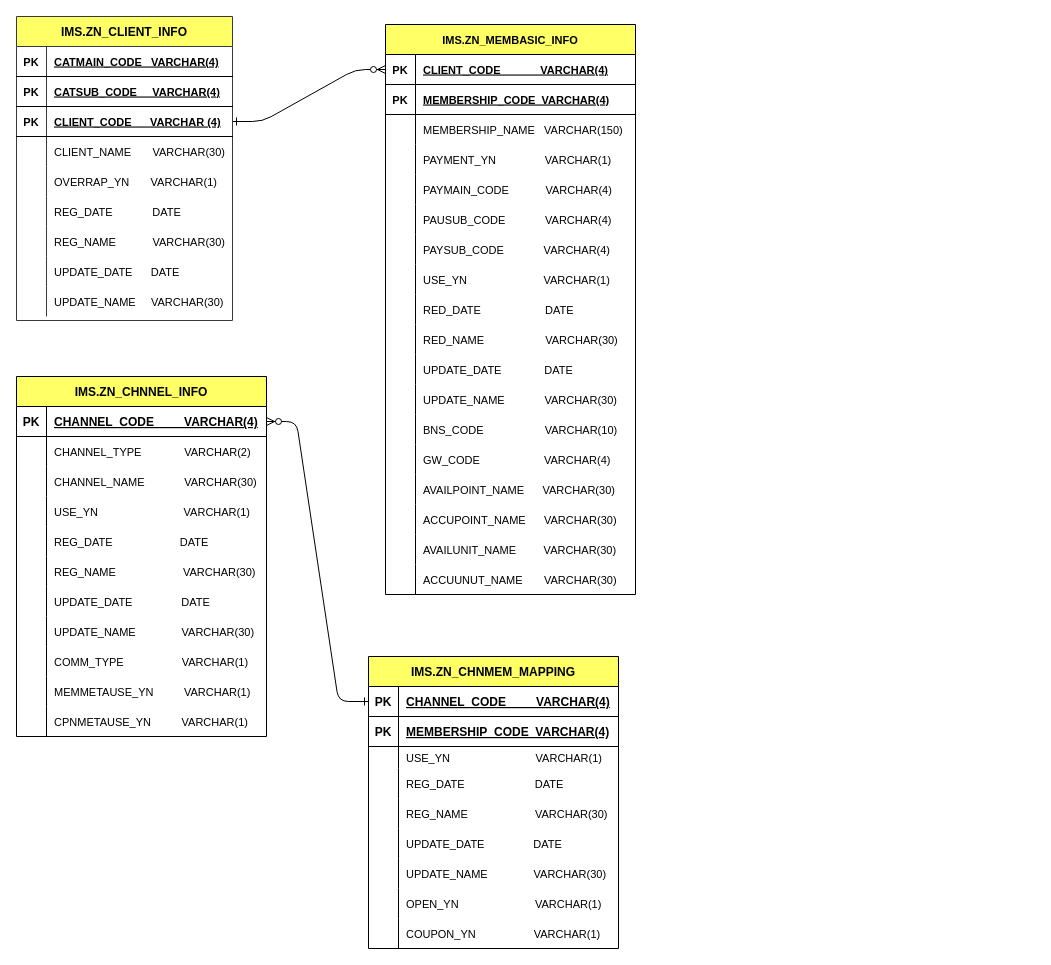
qksl22/Java keeps this draw.io diagram as Untitled Diagram.drawio. Above is the earlier version. Source tidied: cells renumbered, new cells numbered last; positions are measured from the earlier drawing's top-left corner, leaving out a move shared by most shapes. Both pictures are drawn from the tidied source at 100%, with x=0, y=0 at pixel (16, 16).
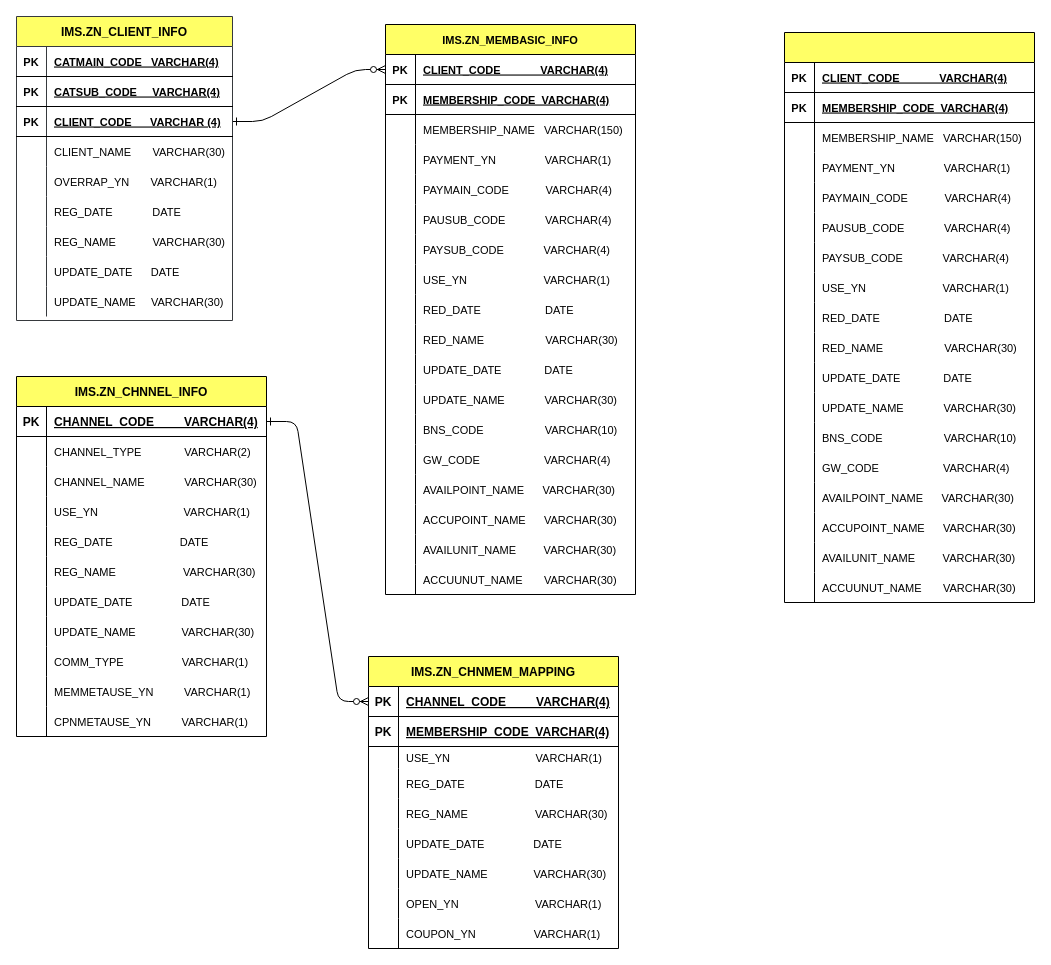
The same page after the edit.

The change refers to these unchanged cells:
```xml
<mxCell id="88" style="shape=partialRectangle;fillColor=none;points=[[0,0.5],[1,0.5]];portConstraint=eastwest;top=0;left=0;right=0;bottom=1;" parent="87" vertex="1">
  <mxGeometry y="30" width="250" height="30" as="geometry" />
</mxCell>
<mxCell id="116" style="shape=partialRectangle;fillColor=none;points=[[0,0.5],[1,0.5]];portConstraint=eastwest;top=0;left=0;right=0;bottom=1;" parent="115" vertex="1">
  <mxGeometry y="30" width="250" height="30" as="geometry" />
</mxCell>
```

Diff of the diagram source:
```diff
@@
-    <mxCell id="2" style="edgeStyle=entityRelationEdgeStyle;endArrow=ERzeroToMany;startArrow=ERone;endFill=1;startFill=0;fontSize=11;exitX=0;exitY=0.5;exitDx=0;exitDy=0;entryX=1;entryY=0.5;entryDx=0;entryDy=0;" parent="1" edge="1" source="88" target="116">
-      <mxGeometry relative="1" as="geometry" />
-    </mxCell>
@@
+    <mxCell id="149" style="shape=table;startSize=30;childLayout=tableLayout;rowLines=0;fontStyle=1;align=center;fontSize=11;fillColor=#FFFF66;" parent="1" vertex="1">
+      <mxGeometry x="768" y="16" width="250" height="570" as="geometry" />
+    </mxCell>
+    <mxCell id="150" style="shape=partialRectangle;fillColor=none;top=0;left=0;right=0;bottom=1;fontSize=11;" parent="149" vertex="1">
+      <mxGeometry y="30" width="250" height="30" as="geometry" />
+    </mxCell>
+    <mxCell id="151" value="PK" style="shape=partialRectangle;overflow=hidden;fillColor=none;top=0;left=0;bottom=0;right=0;fontStyle=1;fontSize=11;" parent="150" vertex="1">
+      <mxGeometry width="30" height="30" as="geometry" />
+    </mxCell>
+    <mxCell id="152" value="CLIENT_CODE             VARCHAR(4)" style="shape=partialRectangle;overflow=hidden;fillColor=none;top=0;left=0;bottom=0;right=0;align=left;spacingLeft=6;fontStyle=5;fontSize=11;" parent="150" vertex="1">
+      <mxGeometry x="30" width="220" height="30" as="geometry" />
+    </mxCell>
+    <mxCell id="153" style="shape=partialRectangle;fillColor=none;top=0;left=0;right=0;bottom=1;fontSize=11;" parent="149" vertex="1">
+      <mxGeometry y="60" width="250" height="30" as="geometry" />
+    </mxCell>
+    <mxCell id="154" value="PK" style="shape=partialRectangle;overflow=hidden;fillColor=none;top=0;left=0;bottom=0;right=0;fontStyle=1;fontSize=11;" parent="153" vertex="1">
+      <mxGeometry width="30" height="30" as="geometry" />
+    </mxCell>
+    <mxCell id="155" value="MEMBERSHIP_CODE  VARCHAR(4)" style="shape=partialRectangle;overflow=hidden;fillColor=none;top=0;left=0;bottom=0;right=0;align=left;spacingLeft=6;fontStyle=5;fontSize=11;" parent="153" vertex="1">
+      <mxGeometry x="30" width="220" height="30" as="geometry" />
+    </mxCell>
+    <mxCell id="156" style="shape=partialRectangle;fillColor=none;top=0;left=0;right=0;bottom=0;fontSize=11;" parent="149" vertex="1">
+      <mxGeometry y="90" width="250" height="30" as="geometry" />
+    </mxCell>
+    <mxCell id="157" style="shape=partialRectangle;overflow=hidden;fillColor=none;top=0;left=0;bottom=0;right=0;fontSize=11;" parent="156" vertex="1">
+      <mxGeometry width="30" height="30" as="geometry" />
+    </mxCell>
+    <mxCell id="158" value="MEMBERSHIP_NAME   VARCHAR(150)" style="shape=partialRectangle;overflow=hidden;fillColor=none;top=0;left=0;bottom=0;right=0;align=left;spacingLeft=6;fontSize=11;" parent="156" vertex="1">
+      <mxGeometry x="30" width="220" height="30" as="geometry" />
+    </mxCell>
+    <mxCell id="159" style="shape=partialRectangle;fillColor=none;top=0;left=0;right=0;bottom=0;fontSize=11;" parent="149" vertex="1">
+      <mxGeometry y="120" width="250" height="30" as="geometry" />
+    </mxCell>
+    <mxCell id="160" style="shape=partialRectangle;overflow=hidden;fillColor=none;top=0;left=0;bottom=0;right=0;fontSize=11;" parent="159" vertex="1">
+      <mxGeometry width="30" height="30" as="geometry" />
+    </mxCell>
+    <mxCell id="161" value="PAYMENT_YN                VARCHAR(1)" style="shape=partialRectangle;overflow=hidden;fillColor=none;top=0;left=0;bottom=0;right=0;align=left;spacingLeft=6;fontSize=11;" parent="159" vertex="1">
+      <mxGeometry x="30" width="220" height="30" as="geometry" />
+    </mxCell>
+    <mxCell id="162" style="shape=partialRectangle;fillColor=none;top=0;left=0;right=0;bottom=0;fontSize=11;" parent="149" vertex="1">
+      <mxGeometry y="150" width="250" height="30" as="geometry" />
+    </mxCell>
+    <mxCell id="163" style="shape=partialRectangle;overflow=hidden;fillColor=none;top=0;left=0;bottom=0;right=0;fontSize=11;" parent="162" vertex="1">
+      <mxGeometry width="30" height="30" as="geometry" />
+    </mxCell>
+    <mxCell id="164" value="PAYMAIN_CODE            VARCHAR(4)" style="shape=partialRectangle;overflow=hidden;fillColor=none;top=0;left=0;bottom=0;right=0;align=left;spacingLeft=6;fontSize=11;" parent="162" vertex="1">
+      <mxGeometry x="30" width="220" height="30" as="geometry" />
+    </mxCell>
+    <mxCell id="165" style="shape=partialRectangle;fillColor=none;top=0;left=0;right=0;bottom=0;fontSize=11;" parent="149" vertex="1">
+      <mxGeometry y="180" width="250" height="30" as="geometry" />
+    </mxCell>
+    <mxCell id="166" style="shape=partialRectangle;overflow=hidden;fillColor=none;top=0;left=0;bottom=0;right=0;fontSize=11;" parent="165" vertex="1">
+      <mxGeometry width="30" height="30" as="geometry" />
+    </mxCell>
+    <mxCell id="167" value="PAUSUB_CODE             VARCHAR(4)" style="shape=partialRectangle;overflow=hidden;fillColor=none;top=0;left=0;bottom=0;right=0;align=left;spacingLeft=6;fontSize=11;" parent="165" vertex="1">
+      <mxGeometry x="30" width="220" height="30" as="geometry" />
+    </mxCell>
+    <mxCell id="168" style="shape=partialRectangle;fillColor=none;top=0;left=0;right=0;bottom=0;fontSize=11;" parent="149" vertex="1">
+      <mxGeometry y="210" width="250" height="30" as="geometry" />
+    </mxCell>
+    <mxCell id="169" style="shape=partialRectangle;overflow=hidden;fillColor=none;top=0;left=0;bottom=0;right=0;fontSize=11;" parent="168" vertex="1">
+      <mxGeometry width="30" height="30" as="geometry" />
+    </mxCell>
+    <mxCell id="170" value="PAYSUB_CODE             VARCHAR(4)" style="shape=partialRectangle;overflow=hidden;fillColor=none;top=0;left=0;bottom=0;right=0;align=left;spacingLeft=6;fontSize=11;" parent="168" vertex="1">
+      <mxGeometry x="30" width="220" height="30" as="geometry" />
+    </mxCell>
+    <mxCell id="171" style="shape=partialRectangle;fillColor=none;top=0;left=0;right=0;bottom=0;fontSize=11;" parent="149" vertex="1">
+      <mxGeometry y="240" width="250" height="30" as="geometry" />
+    </mxCell>
+    <mxCell id="172" style="shape=partialRectangle;overflow=hidden;fillColor=none;top=0;left=0;bottom=0;right=0;fontSize=11;" parent="171" vertex="1">
+      <mxGeometry width="30" height="30" as="geometry" />
+    </mxCell>
+    <mxCell id="173" value="USE_YN                         VARCHAR(1)" style="shape=partialRectangle;overflow=hidden;fillColor=none;top=0;left=0;bottom=0;right=0;align=left;spacingLeft=6;fontSize=11;" parent="171" vertex="1">
+      <mxGeometry x="30" width="220" height="30" as="geometry" />
+    </mxCell>
+    <mxCell id="174" style="shape=partialRectangle;fillColor=none;top=0;left=0;right=0;bottom=0;fontSize=11;" parent="149" vertex="1">
+      <mxGeometry y="270" width="250" height="30" as="geometry" />
+    </mxCell>
+    <mxCell id="175" style="shape=partialRectangle;overflow=hidden;fillColor=none;top=0;left=0;bottom=0;right=0;fontSize=11;" parent="174" vertex="1">
+      <mxGeometry width="30" height="30" as="geometry" />
+    </mxCell>
+    <mxCell id="176" value="RED_DATE                     DATE" style="shape=partialRectangle;overflow=hidden;fillColor=none;top=0;left=0;bottom=0;right=0;align=left;spacingLeft=6;fontSize=11;" parent="174" vertex="1">
+      <mxGeometry x="30" width="220" height="30" as="geometry" />
+    </mxCell>
+    <mxCell id="177" style="shape=partialRectangle;fillColor=none;top=0;left=0;right=0;bottom=0;fontSize=11;" parent="149" vertex="1">
+      <mxGeometry y="300" width="250" height="30" as="geometry" />
+    </mxCell>
+    <mxCell id="178" style="shape=partialRectangle;overflow=hidden;fillColor=none;top=0;left=0;bottom=0;right=0;fontSize=11;" parent="177" vertex="1">
+      <mxGeometry width="30" height="30" as="geometry" />
+    </mxCell>
+    <mxCell id="179" value="RED_NAME                    VARCHAR(30)" style="shape=partialRectangle;overflow=hidden;fillColor=none;top=0;left=0;bottom=0;right=0;align=left;spacingLeft=6;fontSize=11;" parent="177" vertex="1">
+      <mxGeometry x="30" width="220" height="30" as="geometry" />
+    </mxCell>
+    <mxCell id="180" style="shape=partialRectangle;fillColor=none;top=0;left=0;right=0;bottom=0;fontSize=11;" parent="149" vertex="1">
+      <mxGeometry y="330" width="250" height="30" as="geometry" />
+    </mxCell>
+    <mxCell id="181" style="shape=partialRectangle;overflow=hidden;fillColor=none;top=0;left=0;bottom=0;right=0;fontSize=11;" parent="180" vertex="1">
+      <mxGeometry width="30" height="30" as="geometry" />
+    </mxCell>
+    <mxCell id="182" value="UPDATE_DATE              DATE" style="shape=partialRectangle;overflow=hidden;fillColor=none;top=0;left=0;bottom=0;right=0;align=left;spacingLeft=6;fontSize=11;" parent="180" vertex="1">
+      <mxGeometry x="30" width="220" height="30" as="geometry" />
+    </mxCell>
+    <mxCell id="183" style="shape=partialRectangle;fillColor=none;top=0;left=0;right=0;bottom=0;fontSize=11;" parent="149" vertex="1">
+      <mxGeometry y="360" width="250" height="30" as="geometry" />
+    </mxCell>
+    <mxCell id="184" style="shape=partialRectangle;overflow=hidden;fillColor=none;top=0;left=0;bottom=0;right=0;fontSize=11;" parent="183" vertex="1">
+      <mxGeometry width="30" height="30" as="geometry" />
+    </mxCell>
+    <mxCell id="185" value="UPDATE_NAME             VARCHAR(30)" style="shape=partialRectangle;overflow=hidden;fillColor=none;top=0;left=0;bottom=0;right=0;align=left;spacingLeft=6;fontSize=11;" parent="183" vertex="1">
+      <mxGeometry x="30" width="220" height="30" as="geometry" />
+    </mxCell>
+    <mxCell id="186" style="shape=partialRectangle;fillColor=none;top=0;left=0;right=0;bottom=0;fontSize=11;" parent="149" vertex="1">
+      <mxGeometry y="390" width="250" height="30" as="geometry" />
+    </mxCell>
+    <mxCell id="187" style="shape=partialRectangle;overflow=hidden;fillColor=none;top=0;left=0;bottom=0;right=0;fontSize=11;" parent="186" vertex="1">
+      <mxGeometry width="30" height="30" as="geometry" />
+    </mxCell>
+    <mxCell id="188" value="BNS_CODE                    VARCHAR(10)" style="shape=partialRectangle;overflow=hidden;fillColor=none;top=0;left=0;bottom=0;right=0;align=left;spacingLeft=6;fontSize=11;" parent="186" vertex="1">
+      <mxGeometry x="30" width="220" height="30" as="geometry" />
+    </mxCell>
+    <mxCell id="189" style="shape=partialRectangle;fillColor=none;top=0;left=0;right=0;bottom=0;fontSize=11;" parent="149" vertex="1">
+      <mxGeometry y="420" width="250" height="30" as="geometry" />
+    </mxCell>
+    <mxCell id="190" style="shape=partialRectangle;overflow=hidden;fillColor=none;top=0;left=0;bottom=0;right=0;fontSize=11;" parent="189" vertex="1">
+      <mxGeometry width="30" height="30" as="geometry" />
+    </mxCell>
+    <mxCell id="191" value="GW_CODE                     VARCHAR(4)" style="shape=partialRectangle;overflow=hidden;fillColor=none;top=0;left=0;bottom=0;right=0;align=left;spacingLeft=6;fontSize=11;" parent="189" vertex="1">
+      <mxGeometry x="30" width="220" height="30" as="geometry" />
+    </mxCell>
+    <mxCell id="192" style="shape=partialRectangle;fillColor=none;top=0;left=0;right=0;bottom=0;fontSize=11;" parent="149" vertex="1">
+      <mxGeometry y="450" width="250" height="30" as="geometry" />
+    </mxCell>
+    <mxCell id="193" style="shape=partialRectangle;overflow=hidden;fillColor=none;top=0;left=0;bottom=0;right=0;fontSize=11;" parent="192" vertex="1">
+      <mxGeometry width="30" height="30" as="geometry" />
+    </mxCell>
+    <mxCell id="194" value="AVAILPOINT_NAME      VARCHAR(30)" style="shape=partialRectangle;overflow=hidden;fillColor=none;top=0;left=0;bottom=0;right=0;align=left;spacingLeft=6;fontSize=11;" parent="192" vertex="1">
+      <mxGeometry x="30" width="220" height="30" as="geometry" />
+    </mxCell>
+    <mxCell id="195" style="shape=partialRectangle;fillColor=none;top=0;left=0;right=0;bottom=0;fontSize=11;" parent="149" vertex="1">
+      <mxGeometry y="480" width="250" height="30" as="geometry" />
+    </mxCell>
+    <mxCell id="196" style="shape=partialRectangle;overflow=hidden;fillColor=none;top=0;left=0;bottom=0;right=0;fontSize=11;" parent="195" vertex="1">
+      <mxGeometry width="30" height="30" as="geometry" />
+    </mxCell>
+    <mxCell id="197" value="ACCUPOINT_NAME      VARCHAR(30)" style="shape=partialRectangle;overflow=hidden;fillColor=none;top=0;left=0;bottom=0;right=0;align=left;spacingLeft=6;fontSize=11;" parent="195" vertex="1">
+      <mxGeometry x="30" width="220" height="30" as="geometry" />
+    </mxCell>
+    <mxCell id="198" style="shape=partialRectangle;fillColor=none;top=0;left=0;right=0;bottom=0;fontSize=11;" parent="149" vertex="1">
+      <mxGeometry y="510" width="250" height="30" as="geometry" />
+    </mxCell>
+    <mxCell id="199" style="shape=partialRectangle;overflow=hidden;fillColor=none;top=0;left=0;bottom=0;right=0;fontSize=11;" parent="198" vertex="1">
+      <mxGeometry width="30" height="30" as="geometry" />
+    </mxCell>
+    <mxCell id="200" value="AVAILUNIT_NAME         VARCHAR(30)" style="shape=partialRectangle;overflow=hidden;fillColor=none;top=0;left=0;bottom=0;right=0;align=left;spacingLeft=6;fontSize=11;" parent="198" vertex="1">
+      <mxGeometry x="30" width="220" height="30" as="geometry" />
+    </mxCell>
+    <mxCell id="201" style="shape=partialRectangle;fillColor=none;top=0;left=0;right=0;bottom=0;fontSize=11;" parent="149" vertex="1">
+      <mxGeometry y="540" width="250" height="30" as="geometry" />
+    </mxCell>
+    <mxCell id="202" style="shape=partialRectangle;overflow=hidden;fillColor=none;top=0;left=0;bottom=0;right=0;fontSize=11;" parent="201" vertex="1">
+      <mxGeometry width="30" height="30" as="geometry" />
+    </mxCell>
+    <mxCell id="203" value="ACCUUNUT_NAME       VARCHAR(30)" style="shape=partialRectangle;overflow=hidden;fillColor=none;top=0;left=0;bottom=0;right=0;align=left;spacingLeft=6;fontSize=11;" parent="201" vertex="1">
+      <mxGeometry x="30" width="220" height="30" as="geometry" />
+    </mxCell>
+    <mxCell id="2" style="edgeStyle=entityRelationEdgeStyle;endArrow=ERzeroToMany;startArrow=ERone;endFill=1;startFill=0;fontSize=11;exitX=1;exitY=0.5;exitDx=0;exitDy=0;entryX=0;entryY=0.5;entryDx=0;entryDy=0;" parent="1" edge="1" source="116" target="88">
+      <mxGeometry relative="1" as="geometry" />
+    </mxCell>
```
